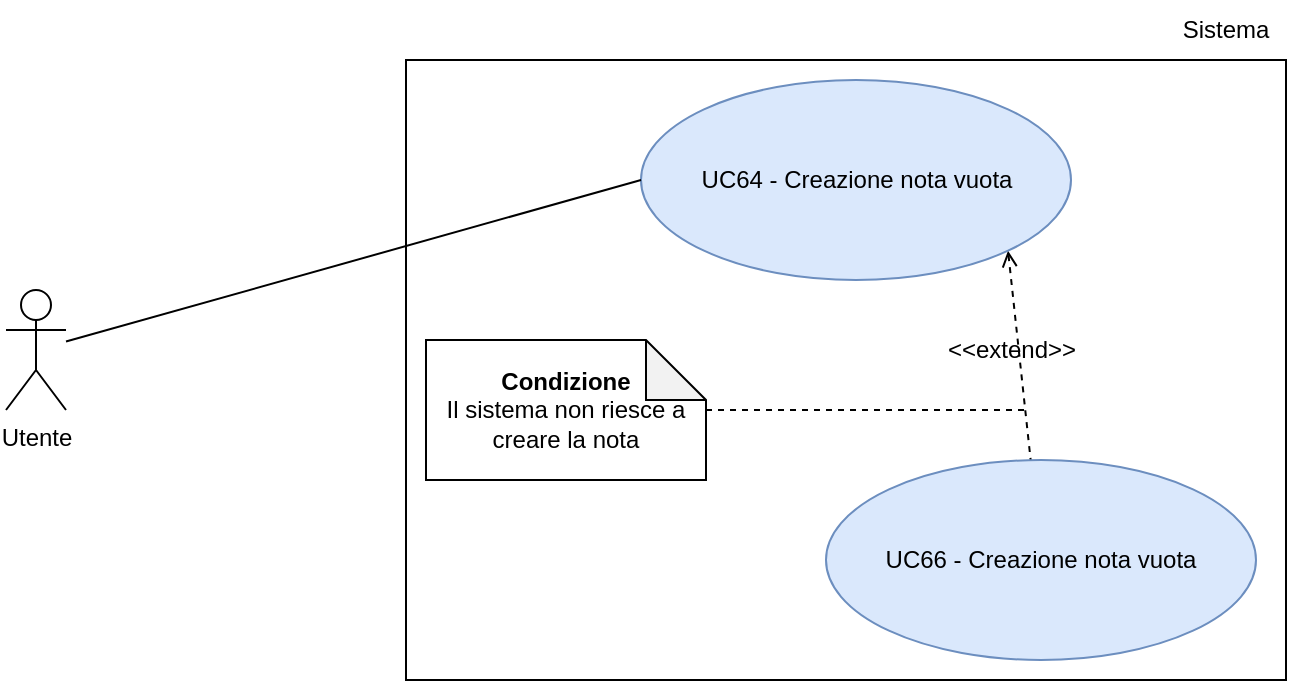
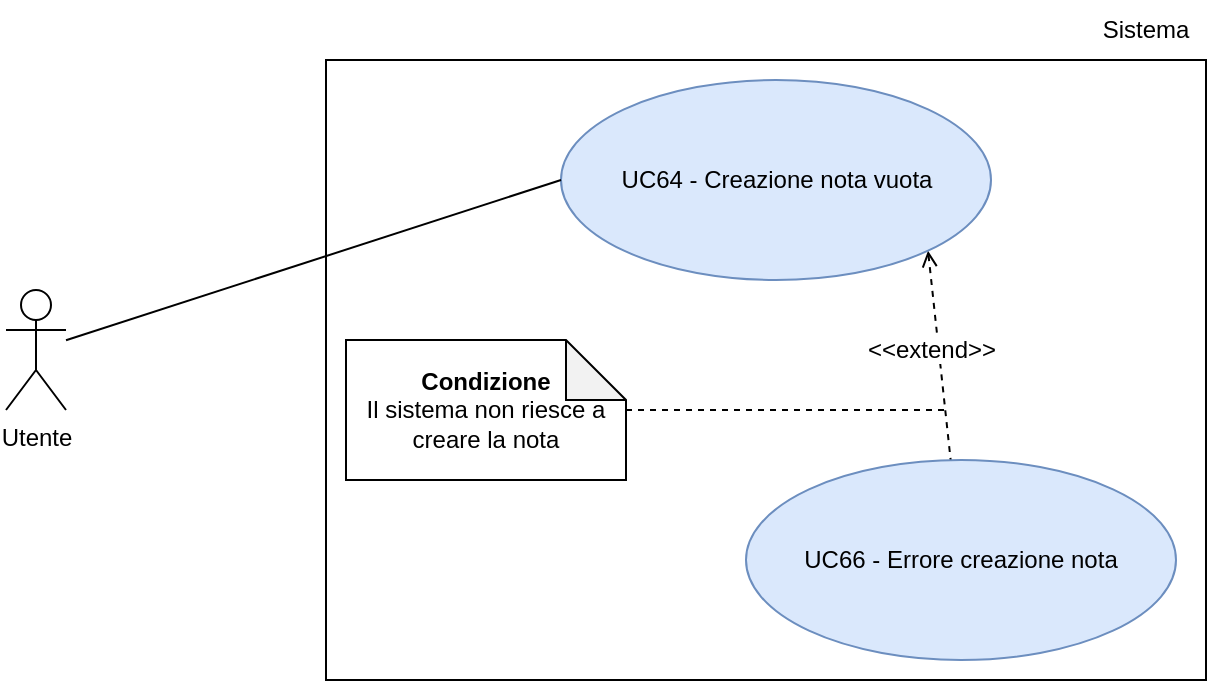
- <mxfile host="Electron" agent="Mozilla/5.0 (Macintosh; Intel Mac OS X 10_15_7) AppleWebKit/537.36 (KHTML, like Gecko) draw.io/29.6.6 Chrome/144.0.7559.236 Electron/40.8.4 Safari/537.36" version="29.6.6">
-   <diagram name="Page-1" id="4xtho81ADt9NAkVEL4nd">
-     <mxGraphModel dx="976" dy="656" grid="1" gridSize="10" guides="1" tooltips="1" connect="1" arrows="1" fold="1" page="1" pageScale="1" pageWidth="850" pageHeight="1100" math="0" shadow="0">
-       <root>
-         <mxCell id="0" />
-         <mxCell id="1" parent="0" />
-         <mxCell id="StCBPmpuHo7DJ7ayqhCM-1" parent="1" style="rounded=0;whiteSpace=wrap;html=1;" value="" vertex="1">
-           <mxGeometry height="310" width="440" x="310" y="220" as="geometry" />
-         </mxCell>
-         <mxCell id="StCBPmpuHo7DJ7ayqhCM-8" edge="1" parent="1" source="StCBPmpuHo7DJ7ayqhCM-2" style="rounded=0;orthogonalLoop=1;jettySize=auto;html=1;exitX=1;exitY=1;exitDx=0;exitDy=0;dashed=1;startArrow=open;startFill=0;endArrow=none;endFill=0;" target="StCBPmpuHo7DJ7ayqhCM-7">
-           <mxGeometry relative="1" as="geometry" />
-         </mxCell>
-         <mxCell id="StCBPmpuHo7DJ7ayqhCM-2" parent="1" style="ellipse;whiteSpace=wrap;html=1;fillColor=#dae8fc;strokeColor=#6c8ebf;" value="UC64 - Creazione nota vuota" vertex="1">
-           <mxGeometry height="100" width="215" x="427.5" y="230" as="geometry" />
-         </mxCell>
-         <mxCell id="StCBPmpuHo7DJ7ayqhCM-4" edge="1" parent="1" source="StCBPmpuHo7DJ7ayqhCM-3" style="rounded=0;orthogonalLoop=1;jettySize=auto;html=1;endArrow=none;endFill=0;entryX=0;entryY=0.5;entryDx=0;entryDy=0;" target="StCBPmpuHo7DJ7ayqhCM-2">
-           <mxGeometry relative="1" as="geometry" />
-         </mxCell>
-         <mxCell id="StCBPmpuHo7DJ7ayqhCM-3" parent="1" style="shape=umlActor;verticalLabelPosition=bottom;verticalAlign=top;html=1;outlineConnect=0;" value="Utente" vertex="1">
-           <mxGeometry height="60" width="30" x="110" y="335" as="geometry" />
-         </mxCell>
-         <mxCell id="StCBPmpuHo7DJ7ayqhCM-5" parent="1" style="text;html=1;whiteSpace=wrap;strokeColor=none;fillColor=none;align=center;verticalAlign=middle;rounded=0;" value="Sistema" vertex="1">
-           <mxGeometry height="30" width="60" x="690" y="190" as="geometry" />
-         </mxCell>
-         <mxCell id="StCBPmpuHo7DJ7ayqhCM-7" parent="1" style="ellipse;whiteSpace=wrap;html=1;fillColor=#dae8fc;strokeColor=#6c8ebf;" value="UC66 - Creazione nota vuota" vertex="1">
-           <mxGeometry height="100" width="215" x="520" y="420" as="geometry" />
-         </mxCell>
-         <mxCell id="StCBPmpuHo7DJ7ayqhCM-12" edge="1" parent="1" source="StCBPmpuHo7DJ7ayqhCM-9" style="edgeStyle=orthogonalEdgeStyle;rounded=0;orthogonalLoop=1;jettySize=auto;html=1;endArrow=none;endFill=0;dashed=1;">
-           <mxGeometry relative="1" as="geometry">
-             <mxPoint x="620" y="395" as="targetPoint" />
-           </mxGeometry>
-         </mxCell>
-         <mxCell id="StCBPmpuHo7DJ7ayqhCM-9" parent="1" style="shape=note;whiteSpace=wrap;html=1;backgroundOutline=1;darkOpacity=0.05;" value="&lt;b&gt;Condizione&lt;/b&gt;&lt;div&gt;Il sistema non riesce a creare la nota&lt;/div&gt;" vertex="1">
-           <mxGeometry height="70" width="140" x="320" y="360" as="geometry" />
-         </mxCell>
-         <mxCell id="StCBPmpuHo7DJ7ayqhCM-10" parent="1" style="text;html=1;whiteSpace=wrap;strokeColor=none;fillColor=none;align=center;verticalAlign=middle;rounded=0;" value="&amp;lt;&amp;lt;extend&amp;gt;&amp;gt;" vertex="1">
-           <mxGeometry height="30" width="60" x="582.5" y="350" as="geometry" />
-         </mxCell>
-       </root>
-     </mxGraphModel>
-   </diagram>
- </mxfile>
+ <mxGraphModel dx="962" dy="502" grid="1" gridSize="10" guides="1" tooltips="1" connect="1" arrows="1" fold="1" page="1" pageScale="1" pageWidth="850" pageHeight="1100" math="0" shadow="0">
+   <root>
+     <mxCell id="0" />
+     <mxCell id="1" parent="0" />
+     <mxCell id="StCBPmpuHo7DJ7ayqhCM-1" parent="1" style="rounded=0;whiteSpace=wrap;html=1;" value="" vertex="1">
+       <mxGeometry height="310" width="440" x="310" y="220" as="geometry" />
+     </mxCell>
+     <mxCell id="StCBPmpuHo7DJ7ayqhCM-8" edge="1" parent="1" source="StCBPmpuHo7DJ7ayqhCM-2" style="rounded=0;orthogonalLoop=1;jettySize=auto;html=1;exitX=1;exitY=1;exitDx=0;exitDy=0;dashed=1;startArrow=open;startFill=0;endArrow=none;endFill=0;" target="StCBPmpuHo7DJ7ayqhCM-7">
+       <mxGeometry relative="1" as="geometry" />
+     </mxCell>
+     <mxCell id="StCBPmpuHo7DJ7ayqhCM-2" parent="1" style="ellipse;whiteSpace=wrap;html=1;fillColor=#dae8fc;strokeColor=#6c8ebf;" value="UC64 - Creazione nota vuota" vertex="1">
+       <mxGeometry height="100" width="215" x="427.5" y="230" as="geometry" />
+     </mxCell>
+     <mxCell id="StCBPmpuHo7DJ7ayqhCM-4" edge="1" parent="1" source="StCBPmpuHo7DJ7ayqhCM-3" style="rounded=0;orthogonalLoop=1;jettySize=auto;html=1;endArrow=none;endFill=0;entryX=0;entryY=0.5;entryDx=0;entryDy=0;" target="StCBPmpuHo7DJ7ayqhCM-2">
+       <mxGeometry relative="1" as="geometry" />
+     </mxCell>
+     <mxCell id="StCBPmpuHo7DJ7ayqhCM-3" parent="1" style="shape=umlActor;verticalLabelPosition=bottom;verticalAlign=top;html=1;outlineConnect=0;" value="Utente" vertex="1">
+       <mxGeometry height="60" width="30" x="150" y="335" as="geometry" />
+     </mxCell>
+     <mxCell id="StCBPmpuHo7DJ7ayqhCM-5" parent="1" style="text;html=1;whiteSpace=wrap;strokeColor=none;fillColor=none;align=center;verticalAlign=middle;rounded=0;" value="Sistema" vertex="1">
+       <mxGeometry height="30" width="60" x="690" y="190" as="geometry" />
+     </mxCell>
+     <mxCell id="StCBPmpuHo7DJ7ayqhCM-7" parent="1" style="ellipse;whiteSpace=wrap;html=1;fillColor=#dae8fc;strokeColor=#6c8ebf;" value="UC66 - Errore creazione nota" vertex="1">
+       <mxGeometry height="100" width="215" x="520" y="420" as="geometry" />
+     </mxCell>
+     <mxCell id="StCBPmpuHo7DJ7ayqhCM-12" edge="1" parent="1" source="StCBPmpuHo7DJ7ayqhCM-9" style="edgeStyle=orthogonalEdgeStyle;rounded=0;orthogonalLoop=1;jettySize=auto;html=1;endArrow=none;endFill=0;dashed=1;">
+       <mxGeometry relative="1" as="geometry">
+         <mxPoint x="620" y="395" as="targetPoint" />
+       </mxGeometry>
+     </mxCell>
+     <mxCell id="StCBPmpuHo7DJ7ayqhCM-9" parent="1" style="shape=note;whiteSpace=wrap;html=1;backgroundOutline=1;darkOpacity=0.05;" value="&lt;b&gt;Condizione&lt;/b&gt;&lt;div&gt;Il sistema non riesce a creare la nota&lt;/div&gt;" vertex="1">
+       <mxGeometry height="70" width="140" x="320" y="360" as="geometry" />
+     </mxCell>
+     <mxCell id="StCBPmpuHo7DJ7ayqhCM-10" parent="1" style="text;html=1;whiteSpace=wrap;strokeColor=none;fillColor=none;align=center;verticalAlign=middle;rounded=0;rotation=0;" value="&lt;span style=&quot;background-color: light-dark(#ffffff, var(--ge-dark-color, #121212));&quot;&gt;&amp;lt;&amp;lt;extend&amp;gt;&amp;gt;&lt;/span&gt;" vertex="1">
+       <mxGeometry height="30" width="60" x="582.5" y="350" as="geometry" />
+     </mxCell>
+   </root>
+ </mxGraphModel>
